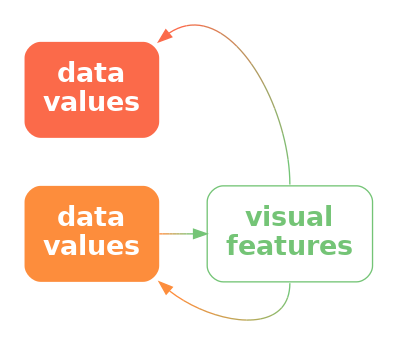
The Graphviz diagram Diagrams/dissonant-decode.png in pmur002/hdvw, before a commit. Its source is kept beside it as Diagrams/dissonant-decode.dot.
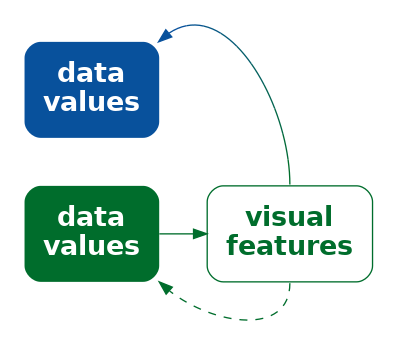
After the commit.

Diff of the diagram source:
```diff
@@ -1,12 +1,12 @@
 digraph {
   graph [ rankdir=LR; margin=.2; nodesep=.5 ];
   node [ fontsize=20; fontname="sans bold"; margin=.2 ];
-  diss [ label="data\nvalues"; shape=box; style="filled, rounded"; penwidth=0; fontcolor=white; fillcolor="#FB6A4A" ]
-  data [ label="data\nvalues"; shape=box; style="filled, rounded"; penwidth=0; fontcolor=white; fillcolor="#FD8D3C" ]
+  diss [ label="data\nvalues"; shape=box; style="filled, rounded"; penwidth=0; fontcolor=white; fillcolor="#08519C" ]
+  data [ label="data\nvalues"; shape=box; style="filled, rounded"; penwidth=0; fontcolor=white; fillcolor="#006D2C" ]
   vis [ label="visual\nfeatures"; shape=box;
-     style="rounded"; color="#74C476"; fontcolor="#74C476" ]
-  data -> vis [ style="bold"; penwidth=1; color="#FD8D3C;0.1:#EE9342;0.1:#DF9949;0.1:#CF9F4F;0.1:#C0A556;0.1:#B1AC5C;0.1:#A2B263;0.1:#92B869;0.1:#83BE70;0.1:#74C476;0.1" ]
-  vis:n -> diss:ne [ style="solid", color="#74C476;0.1:#83BA71;0.1:#92B06C;0.1:#A1A667;0.1:#B09C62;0.1:#BF925E;0.1:#CE8859;0.1:#DD7E54;0.1:#EC744F;0.1:#FB6A4A;0.1" ]
-  vis:s -> data:se [ style="solid", color="#74C476;0.1:#83BE70;0.1:#92B869;0.1:#A2B263;0.1:#B1AC5C;0.1:#C0A556;0.1:#CF9F4F;0.1:#DF9949;0.1:#EE9342;0.1:#FD8D3C;0.1" ]
+     style="rounded"; color="#006D2C"; fontcolor="#006D2C" ]
+  data -> vis [ style="bold"; penwidth=1; color="#006D2C" ]
+  vis:n -> diss:ne [ style="solid", color="#006D2C;0.1:#016A38;0.1:#026745;0.1:#036451;0.1:#04615E;0.1:#045D6A;0.1:#055A77;0.1:#065783;0.1:#075490;0.1:#08519C;0.1" ]
+  vis:s -> data:se [ style="dashed", color="#006D2C" ]
 { rank=same; data, diss }
 }
```
